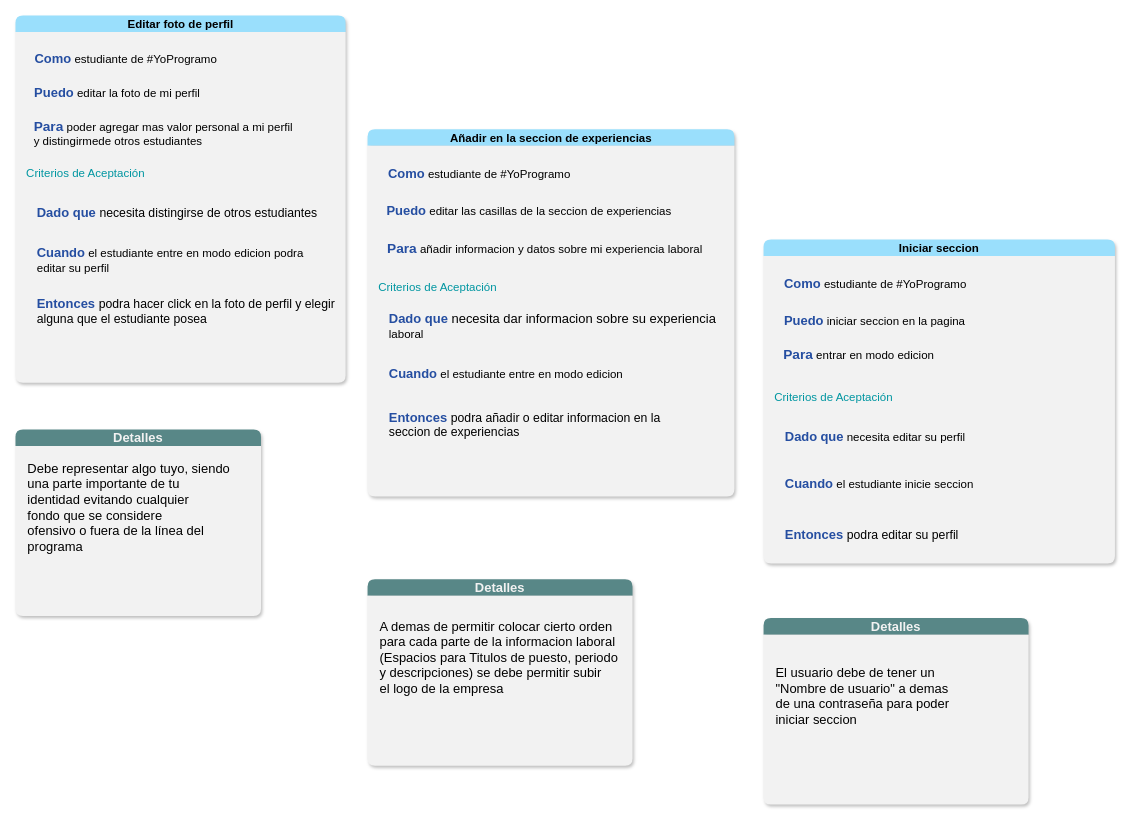
Before: Historia de usuario.drawio in GonzaloAdami/YoProgramo2022, a draw.io diagram. Source tidied: cells renumbered, new cells numbered last; positions are measured from the earlier drawing's top-left corner, leaving out a move shared by most shapes. Both pictures are drawn from the tidied source at 72%, with x=0, y=0 at pixel (15, 15).
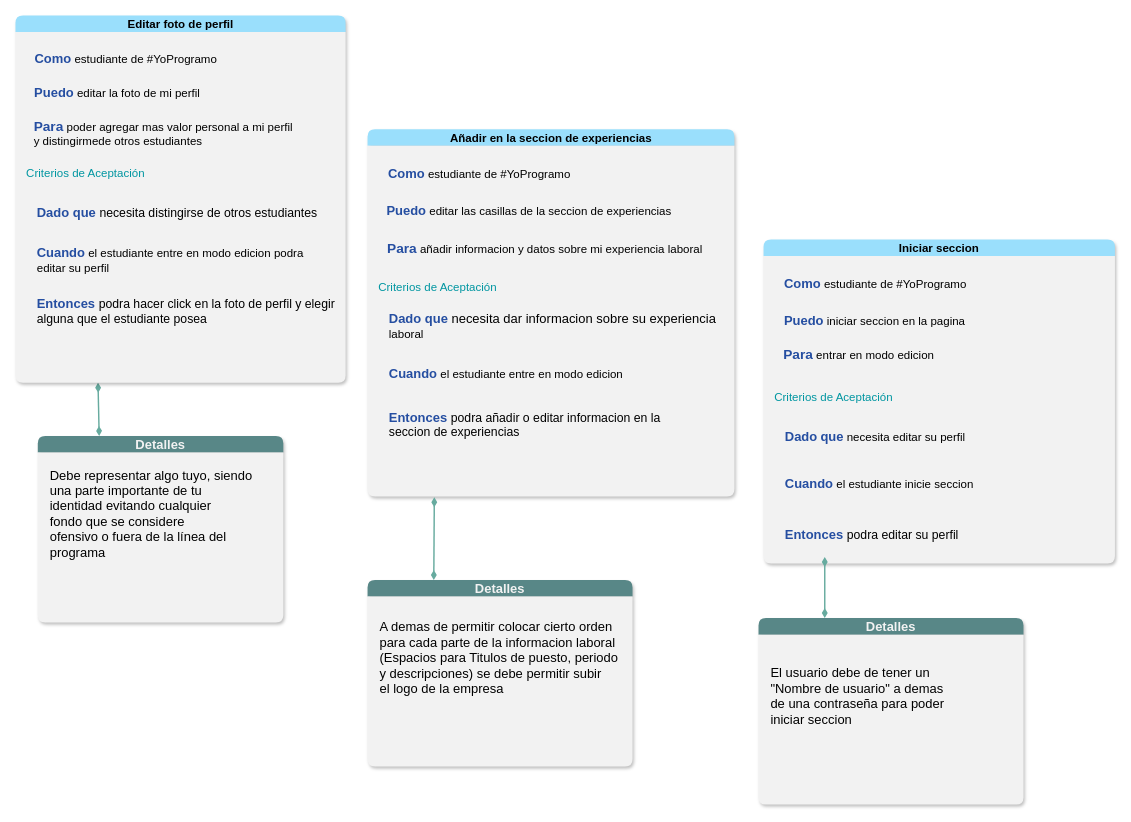
After the change.

Unchanged cells that the change refers to:
```xml
<mxCell id="2" value="Editar foto de perfil" style="swimlane;whiteSpace=wrap;html=1;fontSize=16;fillColor=#9ADFFC;strokeColor=none;gradientColor=none;swimlaneFillColor=#F2F2F2;rounded=1;shadow=1;" parent="1" vertex="1">
  <mxGeometry width="458.5" height="510" as="geometry" />
</mxCell>
```

Change to the diagram source:
```diff
@@
+    <mxCell id="32" style="edgeStyle=none;curved=1;rounded=0;jettySize=auto;html=1;exitX=0.25;exitY=1;exitDx=0;exitDy=0;entryX=0.25;entryY=0;entryDx=0;entryDy=0;fontSize=18;fontColor=#000000;startSize=8;endSize=8;strokeWidth=2;strokeColor=#67AB9F;endArrow=diamondThin;endFill=1;startArrow=diamondThin;startFill=1;" parent="1" edge="1" source="2" target="26">
+      <mxGeometry relative="1" as="geometry" />
+    </mxCell>
@@
     <mxCell id="26" value="&lt;font color=&quot;#f2f2f2&quot;&gt;Detalles&lt;/font&gt;" style="swimlane;whiteSpace=wrap;html=1;rounded=1;shadow=1;fontSize=18;fontColor=#254EA1;fillColor=#588787;gradientColor=none;swimlaneFillColor=#F2F2F2;strokeColor=none;" parent="1" vertex="1">
-      <mxGeometry y="575" width="341" height="259" as="geometry" />
+      <mxGeometry x="31" y="584" width="341" height="259" as="geometry" />
     </mxCell>
@@
+    <mxCell id="33" style="edgeStyle=none;curved=1;rounded=0;jettySize=auto;html=1;exitX=0.25;exitY=0;exitDx=0;exitDy=0;strokeColor=#67AB9F;strokeWidth=2;fontSize=18;fontColor=#000000;startArrow=diamondThin;startFill=1;endArrow=diamondThin;endFill=1;startSize=8;endSize=8;" parent="1" edge="1" source="28">
+      <mxGeometry relative="1" as="geometry">
+        <mxPoint x="581.7" y="669.1" as="targetPoint" />
+      </mxGeometry>
+    </mxCell>
     <mxCell id="28" value="&lt;font color=&quot;#f2f2f2&quot;&gt;Detalles&lt;/font&gt;" style="swimlane;whiteSpace=wrap;html=1;rounded=1;shadow=1;fontSize=18;fontColor=#254EA1;fillColor=#588787;gradientColor=none;swimlaneFillColor=#F2F2F2;strokeColor=none;" parent="1" vertex="1">
-      <mxGeometry x="489" y="783" width="368" height="259" as="geometry" />
+      <mxGeometry x="489" y="784" width="368" height="259" as="geometry" />
     </mxCell>
@@
+    <mxCell id="34" style="edgeStyle=none;curved=1;rounded=0;jettySize=auto;html=1;exitX=0.25;exitY=0;exitDx=0;exitDy=0;strokeColor=#67AB9F;strokeWidth=2;fontSize=18;fontColor=#000000;startArrow=diamondThin;startFill=1;endArrow=diamondThin;endFill=1;startSize=8;endSize=8;" parent="1" edge="1" source="30">
+      <mxGeometry relative="1" as="geometry">
+        <mxPoint x="1124" y="752" as="targetPoint" />
+      </mxGeometry>
+    </mxCell>
     <mxCell id="30" value="&lt;font color=&quot;#f2f2f2&quot;&gt;Detalles&lt;/font&gt;" style="swimlane;whiteSpace=wrap;html=1;rounded=1;shadow=1;fontSize=18;fontColor=#254EA1;fillColor=#588787;gradientColor=none;swimlaneFillColor=#F2F2F2;strokeColor=none;" parent="1" vertex="1">
-      <mxGeometry x="1039" y="837" width="368" height="259" as="geometry" />
+      <mxGeometry x="1032" y="837" width="368" height="259" as="geometry" />
     </mxCell>
```
